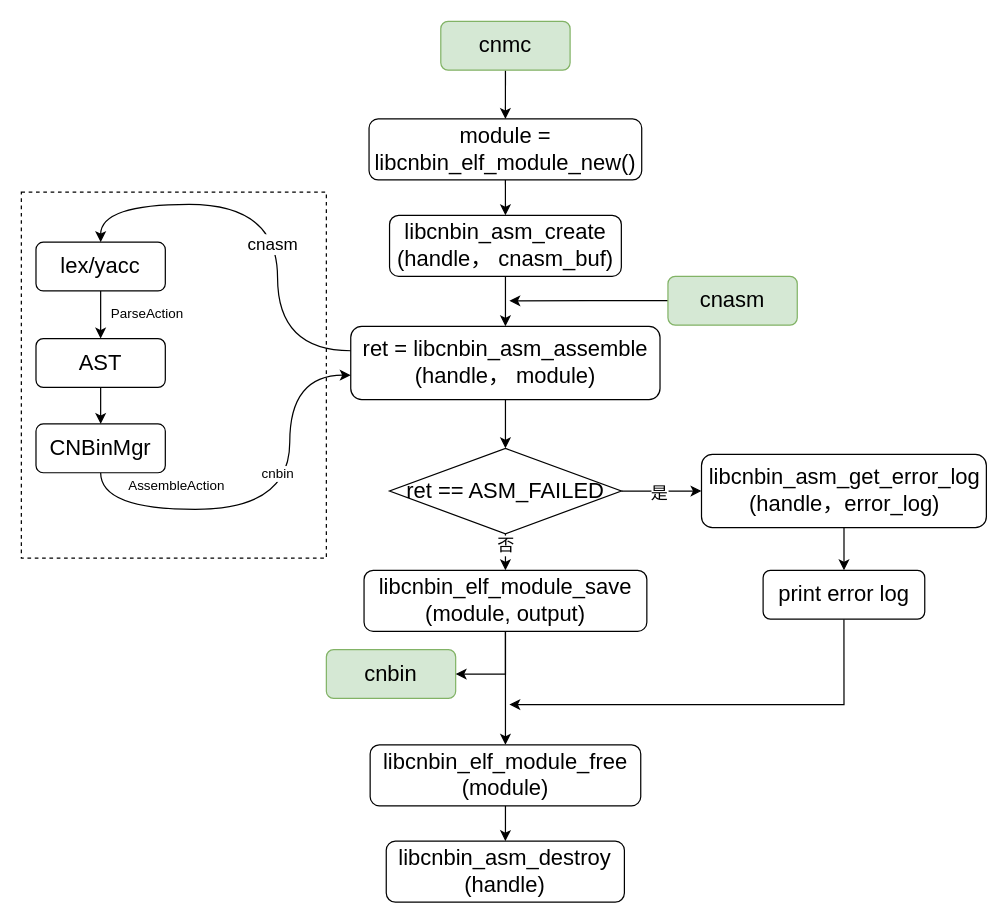
Above: cnasm总体设计.drawio in liyp1120/draw.io (draw.io), before the change. Source tidied: cells renumbered, new cells numbered last; positions are measured from the earlier drawing's top-left corner, leaving out a move shared by most shapes. Both pictures are drawn from the tidied source at 122%, with x=0, y=0 at pixel (21, 21).
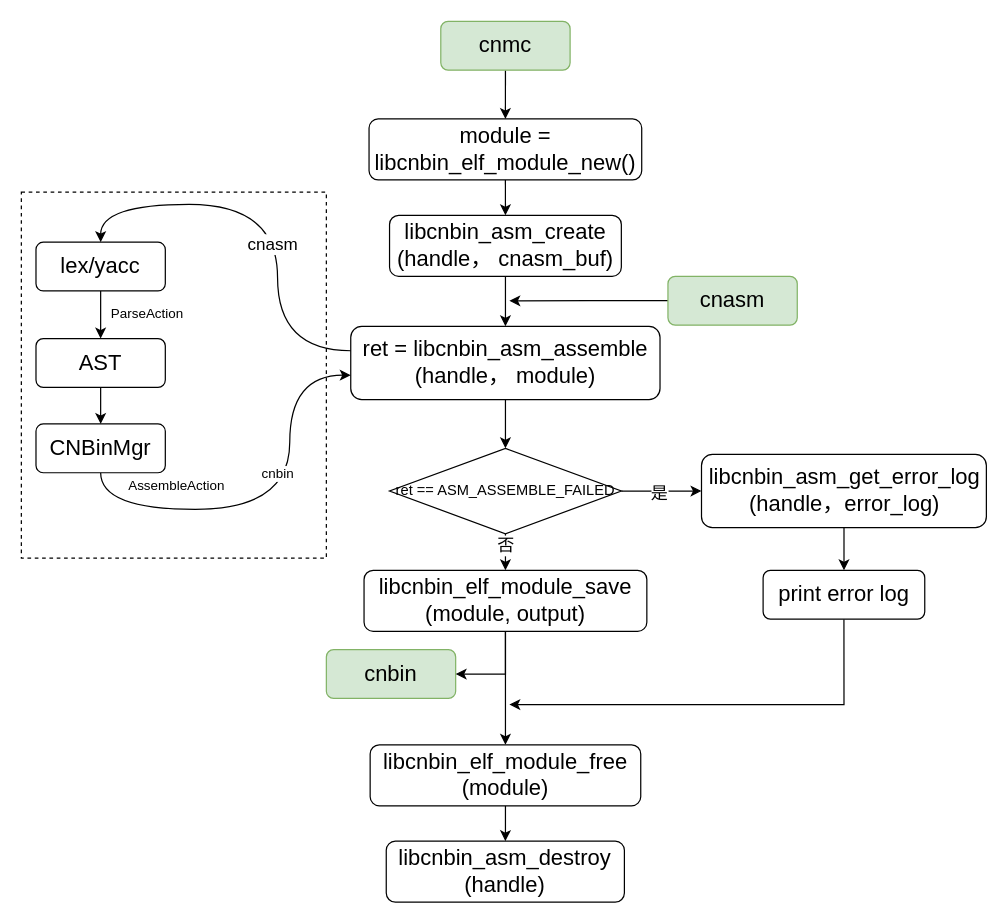
The same page after the edit.

Commit message:
更新cnasm总体设计.drawio

Change to the diagram source:
```diff
@@
-    <mxCell id="13" value="&lt;font style=&quot;font-size: 18px;&quot;&gt;ret == ASM_FAILED&lt;/font&gt;" style="rhombus;whiteSpace=wrap;html=1;" parent="1" vertex="1">
+    <mxCell id="13" value="&lt;font style=&quot;font-size: 12px;&quot;&gt;ret == ASM_ASSEMBLE_FAILED&lt;/font&gt;" style="rhombus;whiteSpace=wrap;html=1;" parent="1" vertex="1">
       <mxGeometry x="301.8" y="350" width="190" height="70" as="geometry" />
     </mxCell>
```
